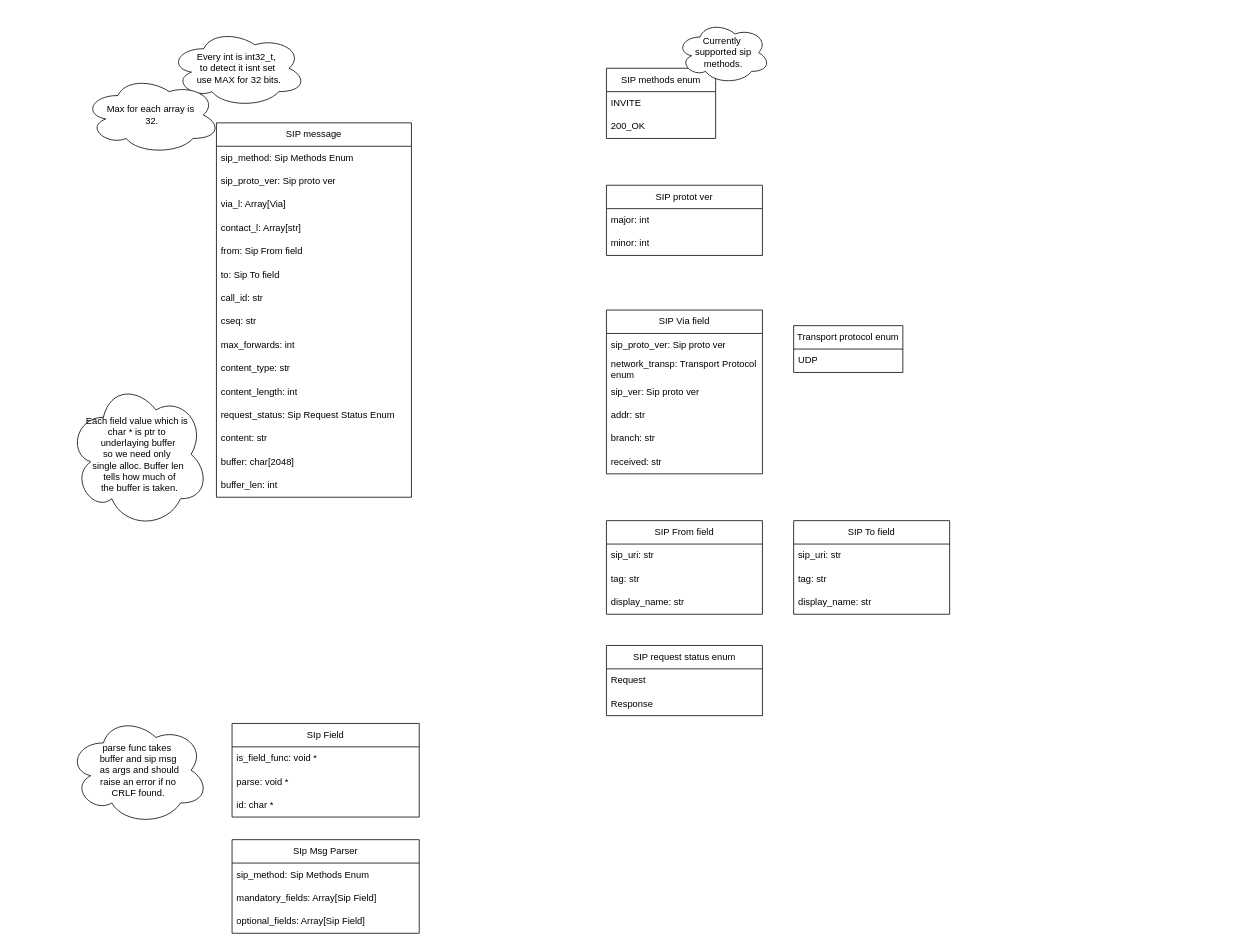
The draw.io diagram page "Data structures" (1 of 2) of docs/architecture.drawio in KubaTaba1uga/c_minilib_sip_codec, before the edit. Source tidied: cells renumbered, new cells numbered last; positions are measured from the earlier drawing's top-left corner, leaving out a move shared by most shapes. Both pictures are drawn from the tidied source at 78%, with x=0, y=0 at pixel (68, 21).
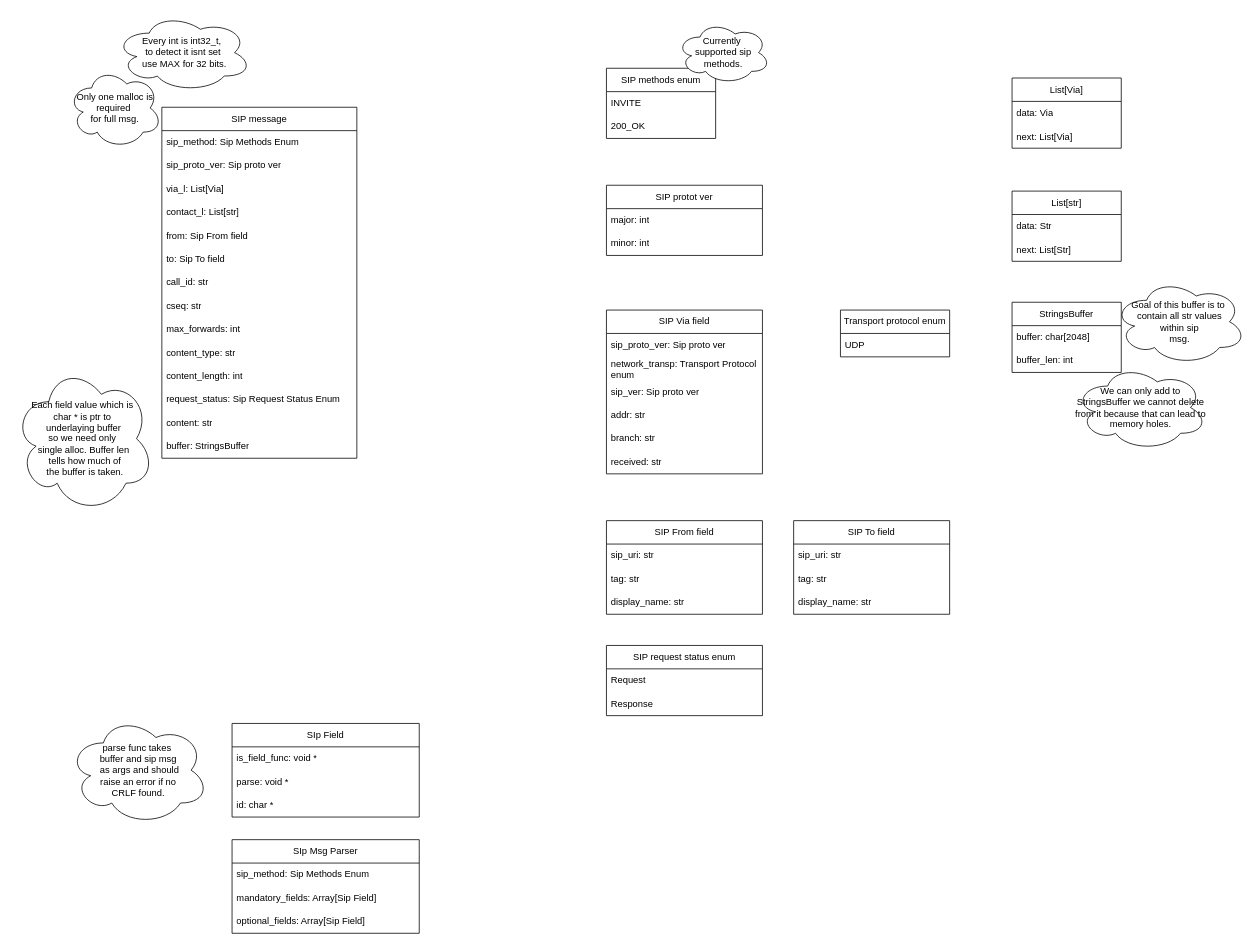
After the change.

What changed in the source:
```diff
@@
     <mxCell id="2" value="SIP message" style="swimlane;fontStyle=0;horizontal=1;startSize=30;whiteSpace=wrap;html=1;" parent="1" vertex="1">
-      <mxGeometry x="190" y="130" width="250" height="480" as="geometry" />
+      <mxGeometry x="120" y="110" width="250" height="450" as="geometry" />
     </mxCell>
@@
-    <mxCell id="5" value="via_l: Array[Via]" style="text;strokeColor=none;fillColor=none;align=left;verticalAlign=middle;spacingLeft=4;spacingRight=4;overflow=hidden;whiteSpace=wrap;html=1;" parent="2" vertex="1">
+    <mxCell id="5" value="via_l: List[Via]" style="text;strokeColor=none;fillColor=none;align=left;verticalAlign=middle;spacingLeft=4;spacingRight=4;overflow=hidden;whiteSpace=wrap;html=1;" parent="2" vertex="1">
       <mxGeometry y="90" width="250" height="30" as="geometry" />
     </mxCell>
-    <mxCell id="6" value="contact_l: Array[str]" style="text;strokeColor=none;fillColor=none;align=left;verticalAlign=middle;spacingLeft=4;spacingRight=4;overflow=hidden;whiteSpace=wrap;html=1;" parent="2" vertex="1">
+    <mxCell id="6" value="contact_l: List[str]" style="text;strokeColor=none;fillColor=none;align=left;verticalAlign=middle;spacingLeft=4;spacingRight=4;overflow=hidden;whiteSpace=wrap;html=1;" parent="2" vertex="1">
       <mxGeometry y="120" width="250" height="30" as="geometry" />
     </mxCell>
@@
-    <mxCell id="16" value="buffer: char[2048]" style="text;strokeColor=none;fillColor=none;align=left;verticalAlign=middle;spacingLeft=4;spacingRight=4;overflow=hidden;whiteSpace=wrap;html=1;" parent="2" vertex="1">
+    <mxCell id="16" value="buffer: StringsBuffer" style="text;strokeColor=none;fillColor=none;align=left;verticalAlign=middle;spacingLeft=4;spacingRight=4;overflow=hidden;whiteSpace=wrap;html=1;" parent="2" vertex="1">
       <mxGeometry y="420" width="250" height="30" as="geometry" />
     </mxCell>
-    <mxCell id="17" value="buffer_len: int" style="text;strokeColor=none;fillColor=none;align=left;verticalAlign=middle;spacingLeft=4;spacingRight=4;overflow=hidden;whiteSpace=wrap;html=1;" parent="2" vertex="1">
-      <mxGeometry y="450" width="250" height="30" as="geometry" />
-    </mxCell>
@@
     <mxCell id="28" value="Transport protocol enum" style="swimlane;fontStyle=0;horizontal=1;startSize=30;whiteSpace=wrap;html=1;" parent="1" vertex="1">
-      <mxGeometry x="930" y="390" width="140" height="60" as="geometry" />
+      <mxGeometry x="990" y="370" width="140" height="60" as="geometry" />
     </mxCell>
@@
     <mxCell id="43" value="Every int is int32_t,&amp;nbsp;&lt;br&gt;to detect it isnt set&lt;div&gt;&amp;nbsp;use MAX for 32 bits.&lt;/div&gt;" style="ellipse;shape=cloud;whiteSpace=wrap;html=1;" parent="1" vertex="1">
-      <mxGeometry x="130" y="10" width="175" height="100" as="geometry" />
+      <mxGeometry x="60" y="-10" width="175" height="100" as="geometry" />
     </mxCell>
@@
     <mxCell id="56" value="Each field value which is&amp;nbsp;&lt;div&gt;char * is ptr to&amp;nbsp;&lt;/div&gt;&lt;div&gt;underlaying&lt;span style=&quot;background-color: transparent; color: light-dark(rgb(0, 0, 0), rgb(255, 255, 255));&quot;&gt;&amp;nbsp;buffer&lt;/span&gt;&lt;/div&gt;&lt;div&gt;&lt;div&gt;so we need only&amp;nbsp;&lt;/div&gt;&lt;div&gt;single alloc. Buffer len&lt;/div&gt;&lt;div&gt;&amp;nbsp;tells how much of&lt;/div&gt;&lt;div&gt;&amp;nbsp;the buffer is taken.&lt;/div&gt;&lt;/div&gt;" style="ellipse;shape=cloud;whiteSpace=wrap;html=1;" parent="1" vertex="1">
-      <mxGeometry y="460" width="180" height="190" as="geometry" />
+      <mxGeometry x="-70" y="440" width="180" height="190" as="geometry" />
     </mxCell>
-    <mxCell id="57" value="Max for each array is&amp;nbsp;&lt;div&gt;32.&lt;/div&gt;" style="ellipse;shape=cloud;whiteSpace=wrap;html=1;" parent="1" vertex="1">
-      <mxGeometry x="20" y="70" width="175" height="100" as="geometry" />
-    </mxCell>
+    <mxCell id="58" value="List[Via]" style="swimlane;fontStyle=0;horizontal=1;startSize=30;whiteSpace=wrap;html=1;" parent="1" vertex="1">
+      <mxGeometry x="1210" y="72.5" width="140" height="90" as="geometry" />
+    </mxCell>
+    <mxCell id="59" value="data: Via" style="text;strokeColor=none;fillColor=none;align=left;verticalAlign=middle;spacingLeft=4;spacingRight=4;overflow=hidden;whiteSpace=wrap;html=1;" parent="58" vertex="1">
+      <mxGeometry y="30" width="140" height="30" as="geometry" />
+    </mxCell>
+    <mxCell id="60" value="next: List[Via]" style="text;strokeColor=none;fillColor=none;align=left;verticalAlign=middle;spacingLeft=4;spacingRight=4;overflow=hidden;whiteSpace=wrap;html=1;" parent="58" vertex="1">
+      <mxGeometry y="60" width="140" height="30" as="geometry" />
+    </mxCell>
+    <mxCell id="61" value="List[str]" style="swimlane;fontStyle=0;horizontal=1;startSize=30;whiteSpace=wrap;html=1;" parent="1" vertex="1">
+      <mxGeometry x="1210" y="217.5" width="140" height="90" as="geometry" />
+    </mxCell>
+    <mxCell id="62" value="data: Str" style="text;strokeColor=none;fillColor=none;align=left;verticalAlign=middle;spacingLeft=4;spacingRight=4;overflow=hidden;whiteSpace=wrap;html=1;" parent="61" vertex="1">
+      <mxGeometry y="30" width="140" height="30" as="geometry" />
+    </mxCell>
+    <mxCell id="63" value="next: List[Str]" style="text;strokeColor=none;fillColor=none;align=left;verticalAlign=middle;spacingLeft=4;spacingRight=4;overflow=hidden;whiteSpace=wrap;html=1;" parent="61" vertex="1">
+      <mxGeometry y="60" width="140" height="30" as="geometry" />
+    </mxCell>
+    <mxCell id="64" value="StringsBuffer" style="swimlane;fontStyle=0;horizontal=1;startSize=30;whiteSpace=wrap;html=1;" parent="1" vertex="1">
+      <mxGeometry x="1210" y="360" width="140" height="90" as="geometry" />
+    </mxCell>
+    <mxCell id="65" value="buffer: char[2048]" style="text;strokeColor=none;fillColor=none;align=left;verticalAlign=middle;spacingLeft=4;spacingRight=4;overflow=hidden;whiteSpace=wrap;html=1;" parent="64" vertex="1">
+      <mxGeometry y="30" width="140" height="30" as="geometry" />
+    </mxCell>
+    <mxCell id="17" value="buffer_len: int" style="text;strokeColor=none;fillColor=none;align=left;verticalAlign=middle;spacingLeft=4;spacingRight=4;overflow=hidden;whiteSpace=wrap;html=1;" parent="64" vertex="1">
+      <mxGeometry y="60" width="140" height="30" as="geometry" />
+    </mxCell>
+    <mxCell id="66" value="Goal of this buffer is to&amp;nbsp;&lt;div&gt;contain all str values&lt;/div&gt;&lt;div&gt;&amp;nbsp;within sip&amp;nbsp;&lt;div&gt;msg.&lt;/div&gt;&lt;/div&gt;" style="ellipse;shape=cloud;whiteSpace=wrap;html=1;" parent="1" vertex="1">
+      <mxGeometry x="1340" y="330" width="170" height="110" as="geometry" />
+    </mxCell>
+    <mxCell id="67" value="We can only add to StringsBuffer we cannot delete from it because that can lead to memory holes." style="ellipse;shape=cloud;whiteSpace=wrap;html=1;" parent="1" vertex="1">
+      <mxGeometry x="1290" y="440" width="170" height="110" as="geometry" />
+    </mxCell>
+    <mxCell id="68" value="Only one malloc is required&amp;nbsp;&lt;div&gt;for full msg.&lt;/div&gt;" style="ellipse;shape=cloud;whiteSpace=wrap;html=1;" parent="1" vertex="1">
+      <mxGeometry y="59.5" width="120" height="103" as="geometry" />
+    </mxCell>
```
